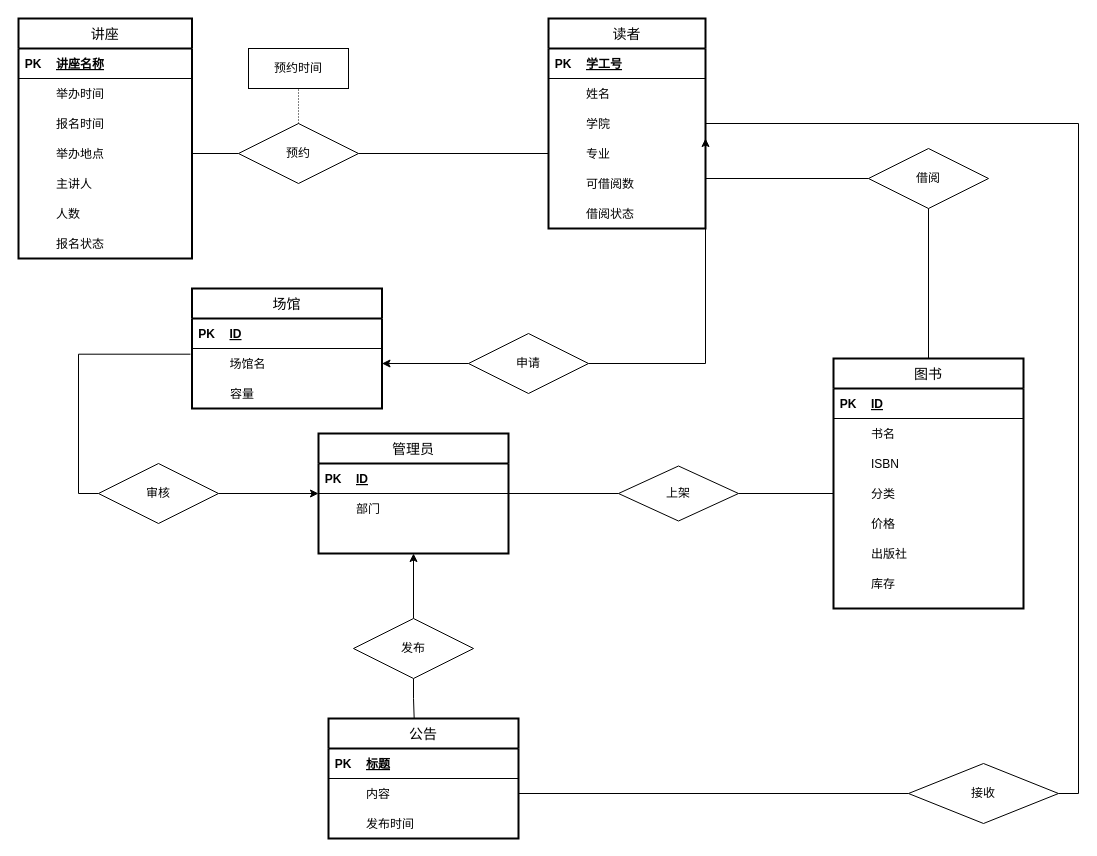
The draw.io diagram DATABASE/Untitled Diagram.drawio in vvvviolet/draw, before the edit. Source tidied: cells renumbered, new cells numbered last; positions are measured from the earlier drawing's top-left corner, leaving out a move shared by most shapes. Both pictures are drawn from the tidied source at 100%, with x=0, y=0 at pixel (18, 18).
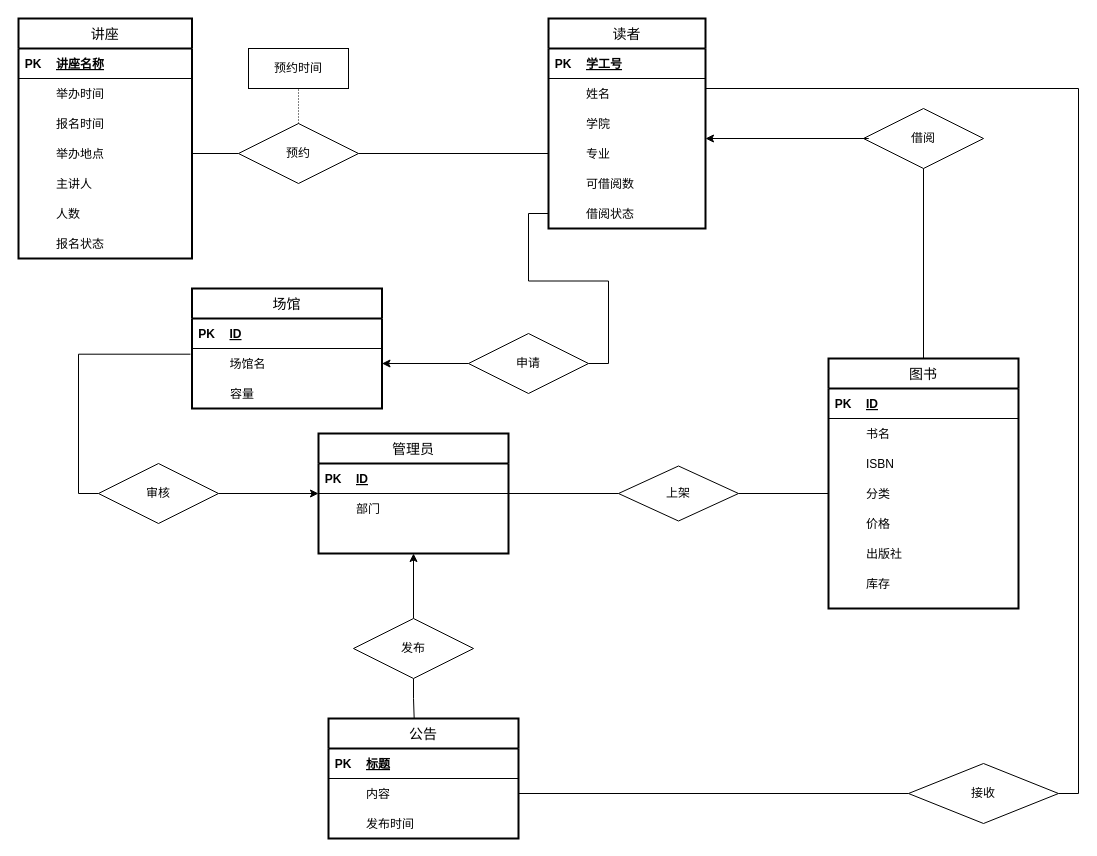
The same page after the edit.

Unchanged cells that the change refers to:
```xml
<mxCell id="6" style="shape=table;startSize=0;childLayout=tableLayout;rowLines=0;fontStyle=0;align=center;strokeColor=none;fillColor=none;" parent="5" vertex="1">
  <mxGeometry y="30" width="157" height="180" as="geometry" />
</mxCell>
<mxCell id="13" style="shape=tableRow;horizontal=0;startSize=0;swimlaneHead=0;swimlaneBody=0;fillColor=none;points=[[0,0.5],[1,0.5]];portConstraint=eastwest;top=0;left=0;right=0;bottom=0;" parent="6" vertex="1">
  <mxGeometry y="60" width="157" height="30" as="geometry" />
</mxCell>
<mxCell id="22" style="shape=tableRow;horizontal=0;startSize=0;swimlaneHead=0;swimlaneBody=0;fillColor=none;points=[[0,0.5],[1,0.5]];portConstraint=eastwest;top=0;left=0;right=0;bottom=0;" parent="6" vertex="1">
  <mxGeometry y="150" width="157" height="30" as="geometry" />
</mxCell>
<mxCell id="117" value="申请" style="shape=rhombus;perimeter=rhombusPerimeter;whiteSpace=wrap;html=1;align=center;" parent="1" vertex="1">
  <mxGeometry x="450" y="315" width="120" height="60" as="geometry" />
</mxCell>
<mxCell id="125" value="接收" style="shape=rhombus;perimeter=rhombusPerimeter;whiteSpace=wrap;html=1;align=center;" parent="1" vertex="1">
  <mxGeometry x="890" y="745" width="150" height="60" as="geometry" />
</mxCell>
```

Change to the diagram source:
```diff
@@
     <mxCell id="4" value="借阅" style="shape=rhombus;perimeter=rhombusPerimeter;whiteSpace=wrap;html=1;align=center;" parent="1" vertex="1">
-      <mxGeometry x="850" y="130" width="120" height="60" as="geometry" />
+      <mxGeometry x="845" y="90" width="120" height="60" as="geometry" />
     </mxCell>
@@
     <mxCell id="25" style="endArrow=none;html=1;rounded=0;entryX=0;entryY=0.5;entryDx=0;entryDy=0;startArrow=classic;startFill=1;exitX=1;exitY=0.5;exitDx=0;exitDy=0;edgeStyle=orthogonalEdgeStyle;" parent="1" edge="1" source="6" target="4">
       <mxGeometry relative="1" as="geometry">
         <Array as="points">
-          <mxPoint x="687" y="160" />
-          <mxPoint x="850" y="160" />
+          <mxPoint x="850" y="120" />
         </Array>
       </mxGeometry>
     </mxCell>
@@
     <mxCell id="27" value="图书" style="swimlane;horizontal=1;startSize=30;rounded=0.5;fontSize=14;fontStyle=0;strokeWidth=2;shadow=0;dashed=0;align=center;arcSize=40;" parent="1" vertex="1">
-      <mxGeometry x="815" y="340" width="190" height="250" as="geometry" />
+      <mxGeometry x="810" y="340" width="190" height="250" as="geometry" />
     </mxCell>
@@
-    <mxCell id="116" style="edgeStyle=orthogonalEdgeStyle;rounded=0;jettySize=auto;html=1;exitX=1;exitY=0.5;exitDx=0;exitDy=0;startArrow=none;startFill=0;endArrow=none;endFill=0;entryX=1;entryY=1;entryDx=0;entryDy=0;" parent="1" edge="1" source="117" target="6">
+    <mxCell id="116" style="edgeStyle=orthogonalEdgeStyle;rounded=0;jettySize=auto;html=1;exitX=1;exitY=0.5;exitDx=0;exitDy=0;startArrow=none;startFill=0;endArrow=none;endFill=0;entryX=0;entryY=0.5;entryDx=0;entryDy=0;" parent="1" edge="1" source="117" target="22">
       <mxGeometry relative="1" as="geometry" />
     </mxCell>
@@
     <mxCell id="123" style="edgeStyle=orthogonalEdgeStyle;rounded=0;jettySize=auto;html=1;exitX=1;exitY=0.5;exitDx=0;exitDy=0;startArrow=none;startFill=0;endArrow=none;endFill=0;entryX=1;entryY=0.5;entryDx=0;entryDy=0;" parent="1" edge="1" source="13" target="125">
-      <mxGeometry relative="1" as="geometry" />
+      <mxGeometry relative="1" as="geometry">
+        <Array as="points">
+          <mxPoint x="687" y="70" />
+          <mxPoint x="1060" y="70" />
+          <mxPoint x="1060" y="775" />
+        </Array>
+      </mxGeometry>
     </mxCell>
```
